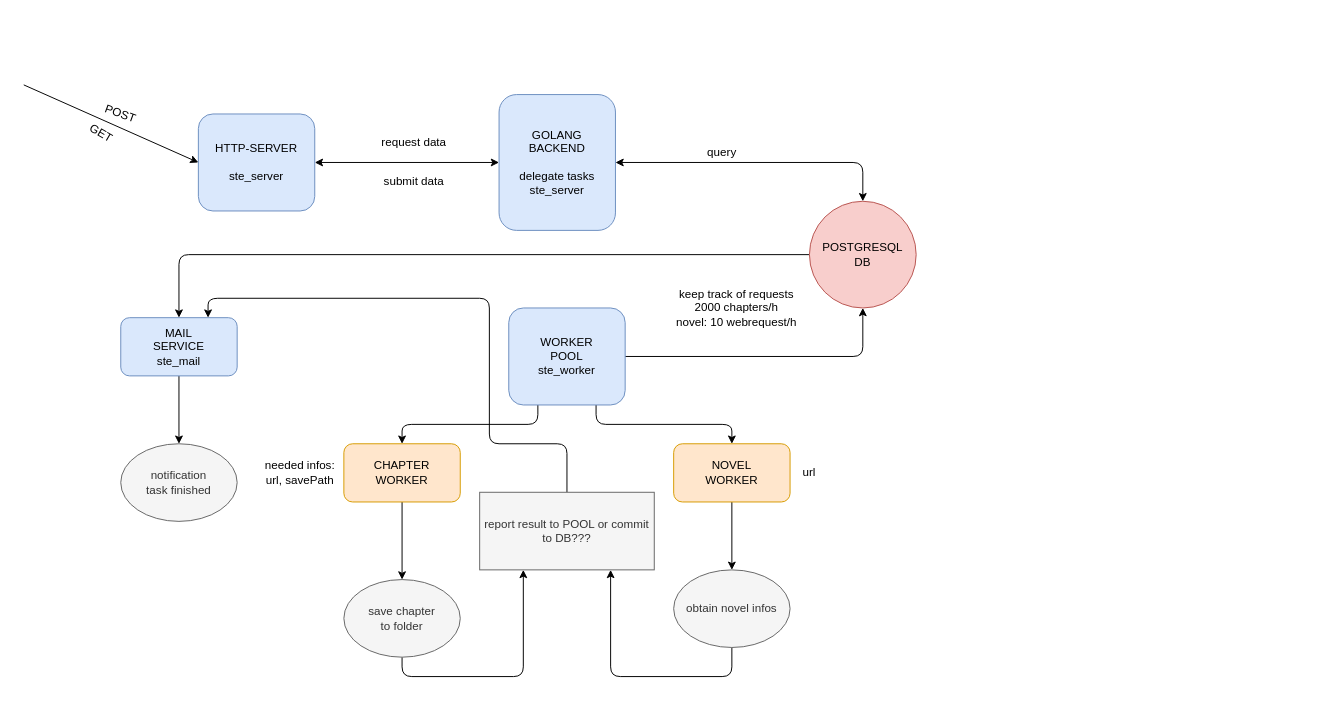
EngelEatos/ste-server keeps this draw.io diagram as ste_files/ste_server_structure.drawio. Above is the earlier version. Source tidied: cells renumbered, new cells numbered last; positions are measured from the earlier drawing's top-left corner, leaving out a move shared by most shapes. Both pictures are drawn from the tidied source at 97%, with x=0, y=0 at pixel (23, 84).
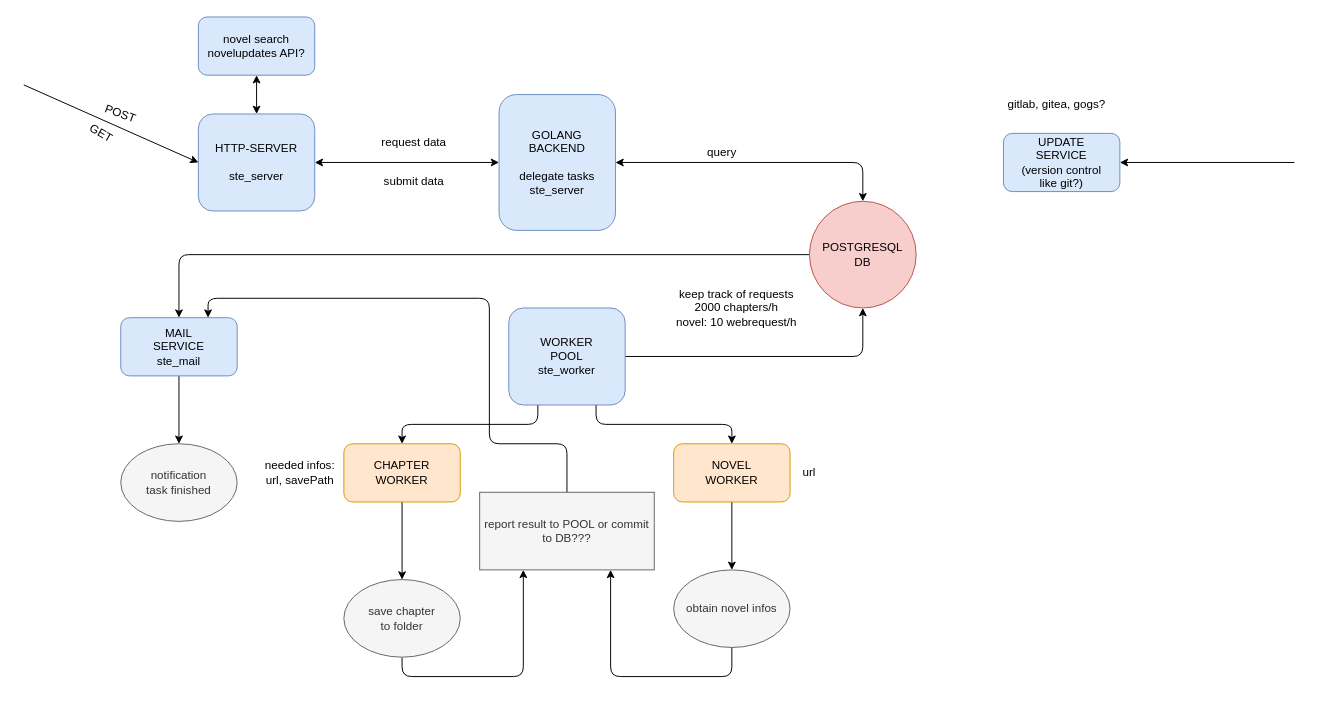
The same diagram, later.

The change refers to these unchanged cells:
```xml
<mxCell id="3" value="&lt;div&gt;HTTP-SERVER&lt;/div&gt;&lt;div&gt;&lt;br&gt;&lt;/div&gt;&lt;div&gt;ste_server&lt;br&gt;&lt;/div&gt;" style="rounded=1;whiteSpace=wrap;html=1;fillColor=#dae8fc;strokeColor=#6c8ebf;" parent="1" vertex="1">
  <mxGeometry x="180" y="30" width="120" height="100" as="geometry" />
</mxCell>
```

The edit, as a diff of the source:
```diff
@@
+    <mxCell id="34" value="&lt;div&gt;UPDATE&lt;/div&gt;&lt;div&gt;SERVICE&lt;br&gt;&lt;/div&gt;&lt;div&gt;(version control&lt;/div&gt;&lt;div&gt;like git?)&lt;br&gt;&lt;/div&gt;" style="rounded=1;whiteSpace=wrap;html=1;fillColor=#dae8fc;strokeColor=#6c8ebf;" parent="1" vertex="1">
+      <mxGeometry x="1010" y="50" width="120" height="60" as="geometry" />
+    </mxCell>
+    <mxCell id="35" style="endArrow=classic;html=1;entryX=1;entryY=0.5;entryDx=0;entryDy=0;" parent="1" edge="1" target="34">
+      <mxGeometry relative="1" as="geometry">
+        <mxPoint x="1310" y="80" as="sourcePoint" />
+      </mxGeometry>
+    </mxCell>
+    <mxCell id="36" value="gitlab, gitea, gogs?" style="text;html=1;strokeColor=none;fillColor=none;align=center;verticalAlign=middle;whiteSpace=wrap;rounded=0;" parent="1" vertex="1">
+      <mxGeometry x="920" y="10" width="290" height="20" as="geometry" />
+    </mxCell>
+    <mxCell id="37" style="edgeStyle=orthogonalEdgeStyle;rounded=0;jettySize=auto;html=1;exitX=0.5;exitY=1;exitDx=0;exitDy=0;startArrow=classic;startFill=1;" parent="1" edge="1" source="38" target="3">
+      <mxGeometry relative="1" as="geometry" />
+    </mxCell>
+    <mxCell id="38" value="&lt;div&gt;novel search&lt;/div&gt;&lt;div&gt;novelupdates API?&lt;br&gt;&lt;/div&gt;" style="rounded=1;whiteSpace=wrap;html=1;fillColor=#dae8fc;strokeColor=#6c8ebf;" parent="1" vertex="1">
+      <mxGeometry x="180" y="-70" width="120" height="60" as="geometry" />
+    </mxCell>
```
